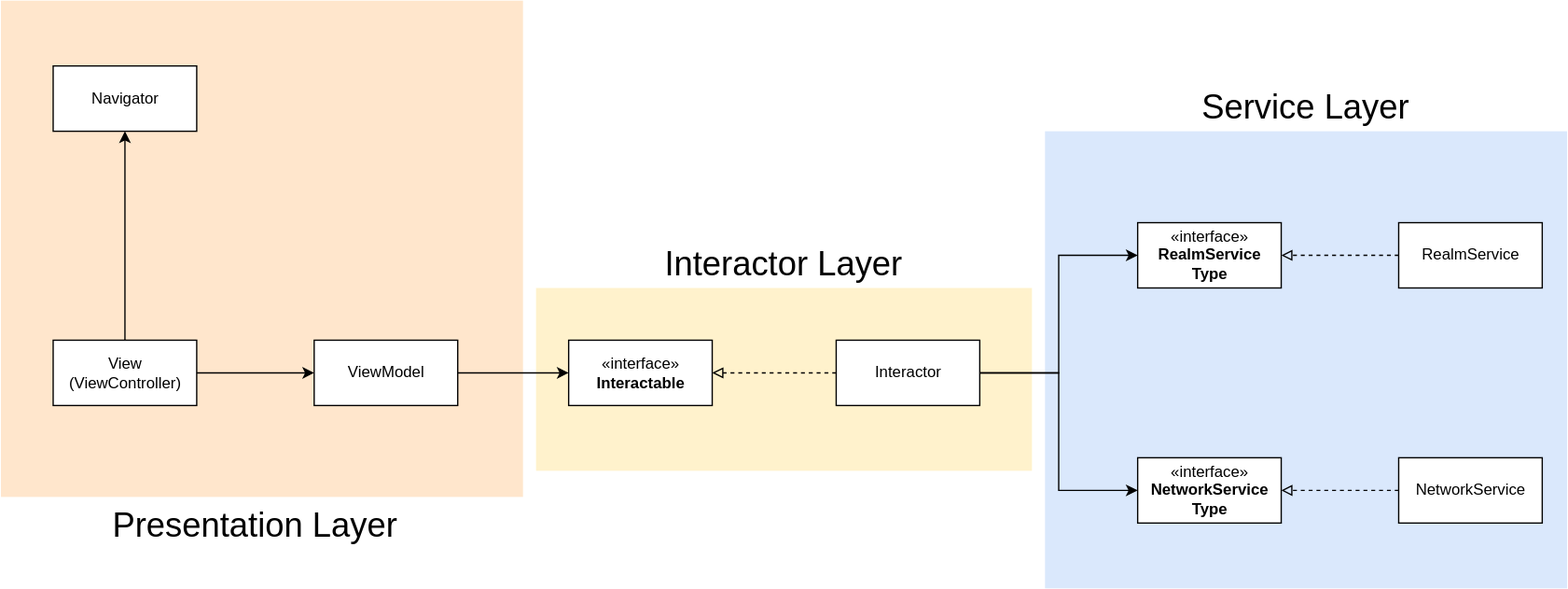
statios/diagrams keeps this draw.io diagram as insiar_architecture.svg. Above is the earlier version. Source tidied: cells renumbered, new cells last; positions are measured from the earlier drawing's top-left corner, leaving out a move shared by most shapes.
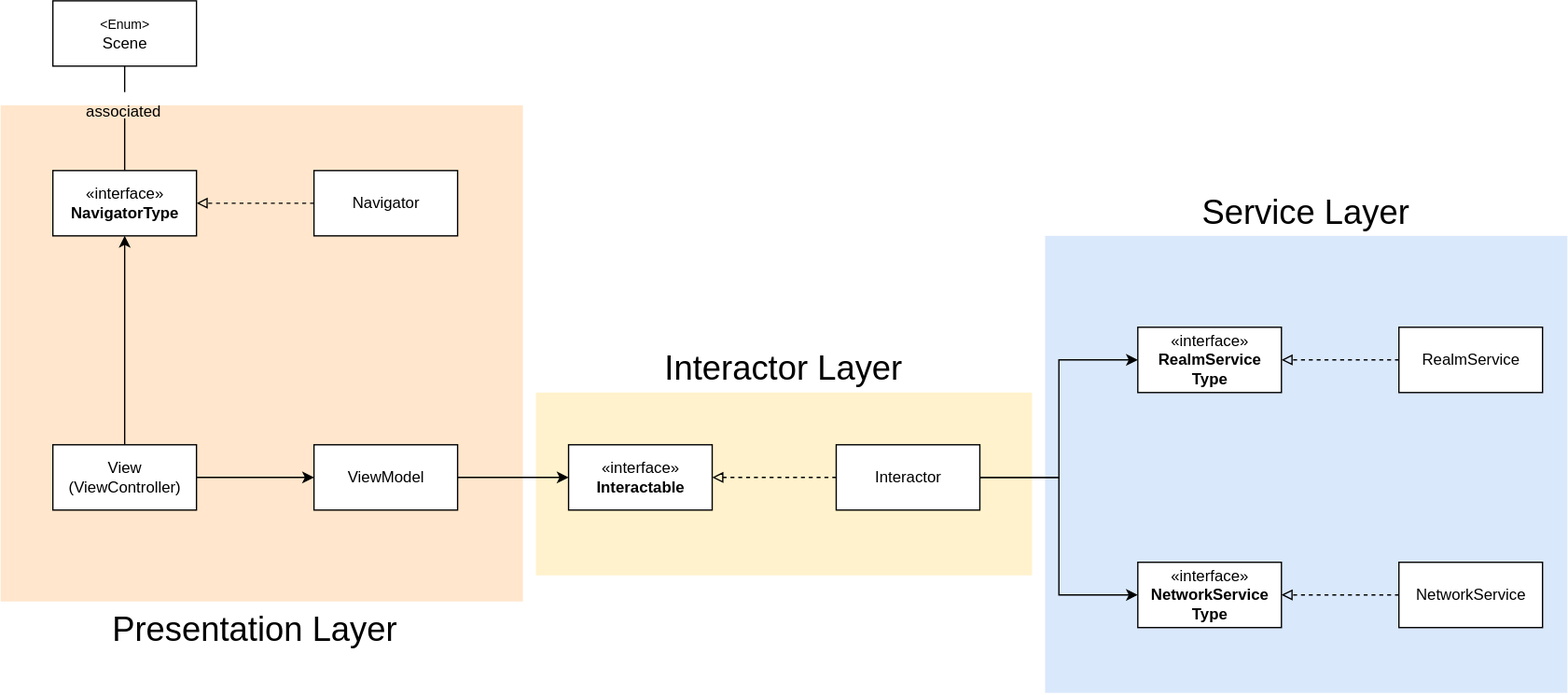
Later version of the same file.

The edit, as a diff of the source:
```diff
@@ -14,7 +14,7 @@
     <mxCell id="5" style="edgeStyle=orthogonalEdgeStyle;rounded=0;jettySize=auto;html=1;entryX=0;entryY=0.5;entryDx=0;entryDy=0;" parent="1" edge="1" source="7" target="9">
       <mxGeometry relative="1" as="geometry" />
     </mxCell>
-    <mxCell id="6" style="edgeStyle=orthogonalEdgeStyle;rounded=0;jettySize=auto;html=1;entryX=0.5;entryY=1;entryDx=0;entryDy=0;" parent="1" edge="1" source="7" target="21">
+    <mxCell id="6" style="edgeStyle=orthogonalEdgeStyle;rounded=0;jettySize=auto;html=1;entryX=0.5;entryY=1;entryDx=0;entryDy=0;" parent="1" edge="1" source="7" target="26">
       <mxGeometry relative="1" as="geometry" />
     </mxCell>
     <mxCell id="7" value="View&lt;br&gt;(ViewController)" style="html=1;" parent="1" vertex="1">
@@ -59,9 +59,6 @@
     <mxCell id="20" value="«interface»&lt;br&gt;&lt;b&gt;Interactable&lt;/b&gt;" style="html=1;" parent="1" vertex="1">
       <mxGeometry x="435" y="260" width="110" height="50" as="geometry" />
     </mxCell>
-    <mxCell id="21" value="Navigator" style="html=1;" parent="1" vertex="1">
-      <mxGeometry x="40" y="50" width="110" height="50" as="geometry" />
-    </mxCell>
     <mxCell id="22" value="Presentation Layer" style="text;html=1;strokeColor=none;fillColor=none;align=center;verticalAlign=top;whiteSpace=wrap;rounded=0;fontSize=26;" parent="1" vertex="1">
       <mxGeometry y="380" width="390" height="50" as="geometry" />
     </mxCell>
@@ -71,5 +68,29 @@
     <mxCell id="24" value="Service Layer" style="text;html=1;strokeColor=none;fillColor=none;align=center;verticalAlign=bottom;whiteSpace=wrap;rounded=0;fontSize=26;" parent="1" vertex="1">
       <mxGeometry x="800" y="50" width="400" height="50" as="geometry" />
     </mxCell>
+    <mxCell id="25" style="edgeStyle=orthogonalEdgeStyle;rounded=0;jettySize=auto;html=1;entryX=0.5;entryY=1;entryDx=0;entryDy=0;endArrow=none;endFill=0;fontSize=26;" parent="1" edge="1" source="29" target="28">
+      <mxGeometry relative="1" as="geometry" />
+    </mxCell>
+    <mxCell id="26" value="«interface»&lt;br&gt;&lt;b&gt;NavigatorType&lt;/b&gt;" style="html=1;" parent="1" vertex="1">
+      <mxGeometry x="40" y="50" width="110" height="50" as="geometry" />
+    </mxCell>
+    <mxCell id="27" style="edgeStyle=orthogonalEdgeStyle;rounded=0;jettySize=auto;html=1;entryX=1;entryY=0.5;entryDx=0;entryDy=0;dashed=1;endArrow=block;endFill=0;fontSize=26;" parent="1" edge="1" source="21" target="26">
+      <mxGeometry relative="1" as="geometry" />
+    </mxCell>
+    <mxCell id="21" value="Navigator" style="html=1;" parent="1" vertex="1">
+      <mxGeometry x="240" y="50" width="110" height="50" as="geometry" />
+    </mxCell>
+    <mxCell id="28" value="&lt;font style=&quot;font-size: 10px&quot;&gt;&amp;lt;Enum&amp;gt;&lt;/font&gt;&lt;br&gt;Scene" style="html=1;" parent="1" vertex="1">
+      <mxGeometry x="40" y="-80" width="110" height="50" as="geometry" />
+    </mxCell>
+    <mxCell id="29" value="&lt;font style=&quot;font-size: 12px&quot;&gt;associated&lt;/font&gt;" style="text;html=1;strokeColor=none;fillColor=none;align=center;verticalAlign=middle;whiteSpace=wrap;rounded=0;fontSize=26;horizontal=1;" parent="1" vertex="1">
+      <mxGeometry x="62.5" y="-10" width="65" height="20" as="geometry" />
+    </mxCell>
+    <mxCell id="30" style="edgeStyle=orthogonalEdgeStyle;rounded=0;jettySize=auto;html=1;entryX=0.5;entryY=1;entryDx=0;entryDy=0;endArrow=none;endFill=0;fontSize=26;" parent="1" edge="1" source="26" target="29">
+      <mxGeometry relative="1" as="geometry" />
+    </mxCell>
+    <mxCell id="31" style="edgeStyle=orthogonalEdgeStyle;rounded=0;orthogonalLoop=1;jettySize=auto;html=1;exitX=0.5;exitY=1;exitDx=0;exitDy=0;endArrow=none;endFill=0;fontSize=26;" parent="1" edge="1" source="29" target="29">
+      <mxGeometry relative="1" as="geometry" />
+    </mxCell>
   </root>
 </mxGraphModel>
```
